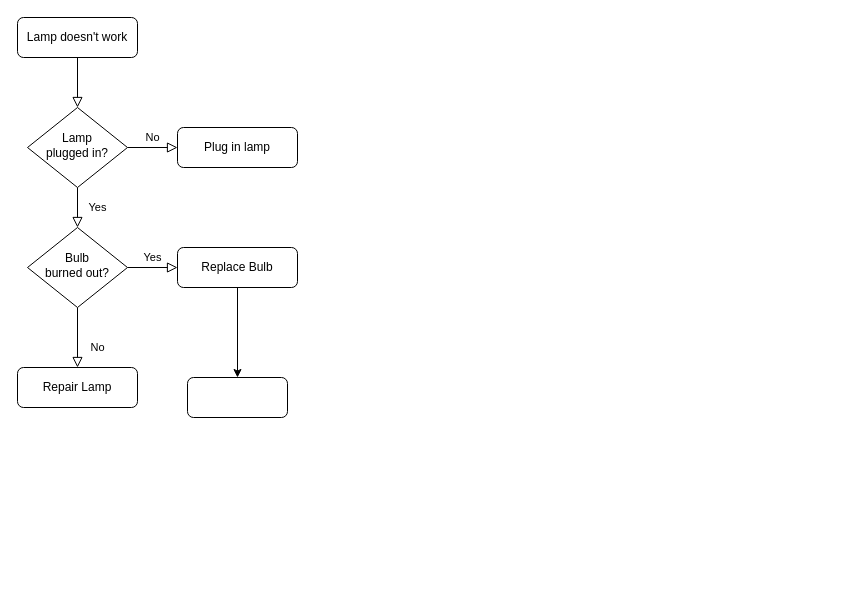
This is 未命名绘图.drawio from twodollarstwenty/drawio, a draw.io file, before an edit. Source tidied: cells renumbered, new cells numbered last; positions are measured from the earlier drawing's top-left corner, leaving out a move shared by most shapes. Both pictures are drawn from the tidied source at 100%, with x=0, y=0 at pixel (17, 17).
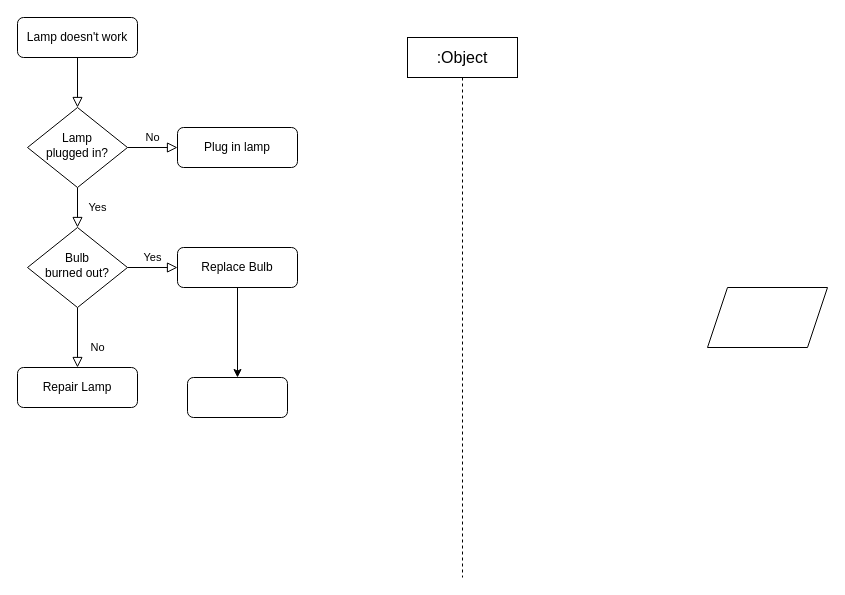
Above is the later version.

Commit message:
已添加 未命名绘图.drawio

Change to the diagram source:
```diff
@@
 <mxGraphModel>
   <root>
     <mxCell id="0" />
     <mxCell id="1" parent="0" />
     <mxCell id="2" style="rounded=0;html=1;jettySize=auto;fontSize=11;endArrow=block;endFill=0;endSize=8;strokeWidth=1;shadow=0;labelBackgroundColor=none;edgeStyle=orthogonalEdgeStyle;" parent="1" edge="1" source="3" target="6">
       <mxGeometry relative="1" as="geometry" />
     </mxCell>
     <mxCell id="3" value="Lamp doesn't work" style="rounded=1;whiteSpace=wrap;html=1;fontSize=12;glass=0;strokeWidth=1;shadow=0;" parent="1" vertex="1">
       <mxGeometry width="120" height="40" as="geometry" />
     </mxCell>
     <mxCell id="4" value="Yes" style="rounded=0;html=1;jettySize=auto;fontSize=11;endArrow=block;endFill=0;endSize=8;strokeWidth=1;shadow=0;labelBackgroundColor=none;edgeStyle=orthogonalEdgeStyle;" parent="1" edge="1" source="6" target="10">
       <mxGeometry y="20" relative="1" as="geometry" />
     </mxCell>
     <mxCell id="5" value="No" style="edgeStyle=orthogonalEdgeStyle;rounded=0;html=1;jettySize=auto;fontSize=11;endArrow=block;endFill=0;endSize=8;strokeWidth=1;shadow=0;labelBackgroundColor=none;" parent="1" edge="1" source="6" target="7">
       <mxGeometry y="10" relative="1" as="geometry" />
     </mxCell>
     <mxCell id="6" value="Lamp&lt;br&gt;plugged in?" style="rhombus;whiteSpace=wrap;html=1;shadow=0;fontFamily=Helvetica;fontSize=12;align=center;strokeWidth=1;spacing=6;spacingTop=-4;" parent="1" vertex="1">
       <mxGeometry x="10" y="90" width="100" height="80" as="geometry" />
     </mxCell>
     <mxCell id="7" value="Plug in lamp" style="rounded=1;whiteSpace=wrap;html=1;fontSize=12;glass=0;strokeWidth=1;shadow=0;" parent="1" vertex="1">
       <mxGeometry x="160" y="110" width="120" height="40" as="geometry" />
     </mxCell>
     <mxCell id="8" value="No" style="rounded=0;html=1;jettySize=auto;fontSize=11;endArrow=block;endFill=0;endSize=8;strokeWidth=1;shadow=0;labelBackgroundColor=none;edgeStyle=orthogonalEdgeStyle;" parent="1" edge="1" source="10" target="11">
       <mxGeometry x="0.33" y="20" relative="1" as="geometry" />
     </mxCell>
     <mxCell id="9" value="Yes" style="edgeStyle=orthogonalEdgeStyle;rounded=0;html=1;jettySize=auto;fontSize=11;endArrow=block;endFill=0;endSize=8;strokeWidth=1;shadow=0;labelBackgroundColor=none;" parent="1" edge="1" source="10" target="13">
       <mxGeometry y="10" relative="1" as="geometry" />
     </mxCell>
     <mxCell id="10" value="Bulb&lt;br&gt;burned out?" style="rhombus;whiteSpace=wrap;html=1;shadow=0;fontFamily=Helvetica;fontSize=12;align=center;strokeWidth=1;spacing=6;spacingTop=-4;" parent="1" vertex="1">
       <mxGeometry x="10" y="210" width="100" height="80" as="geometry" />
     </mxCell>
     <mxCell id="11" value="Repair Lamp" style="rounded=1;whiteSpace=wrap;html=1;fontSize=12;glass=0;strokeWidth=1;shadow=0;" parent="1" vertex="1">
       <mxGeometry y="350" width="120" height="40" as="geometry" />
     </mxCell>
     <mxCell id="12" style="edgeStyle=orthogonalEdgeStyle;rounded=0;jettySize=auto;html=1;exitX=0.5;exitY=1;exitDx=0;exitDy=0;entryX=0.5;entryY=0;entryDx=0;entryDy=0;" parent="1" edge="1" source="13" target="14">
       <mxGeometry relative="1" as="geometry" />
     </mxCell>
     <mxCell id="13" value="Replace Bulb" style="rounded=1;whiteSpace=wrap;html=1;fontSize=12;glass=0;strokeWidth=1;shadow=0;" parent="1" vertex="1">
       <mxGeometry x="160" y="230" width="120" height="40" as="geometry" />
     </mxCell>
     <mxCell id="14" style="rounded=1;whiteSpace=wrap;html=1;" parent="1" vertex="1">
       <mxGeometry x="170" y="360" width="100" height="40" as="geometry" />
     </mxCell>
+    <mxCell id="15" style="shape=parallelogram;perimeter=parallelogramPerimeter;whiteSpace=wrap;html=1;fixedSize=1;fontSize=16;" parent="1" vertex="1">
+      <mxGeometry x="690" y="270" width="120" height="60" as="geometry" />
+    </mxCell>
+    <mxCell id="16" value=":Object" style="shape=umlLifeline;perimeter=lifelinePerimeter;whiteSpace=wrap;html=1;newEdgeStyle={&quot;edgeStyle&quot;:&quot;elbowEdgeStyle&quot;,&quot;elbow&quot;:&quot;vertical&quot;,&quot;curved&quot;:0,&quot;rounded&quot;:0};fontSize=16;" parent="1" vertex="1">
+      <mxGeometry x="390" y="20" width="110" height="540" as="geometry" />
+    </mxCell>
   </root>
 </mxGraphModel>
```
